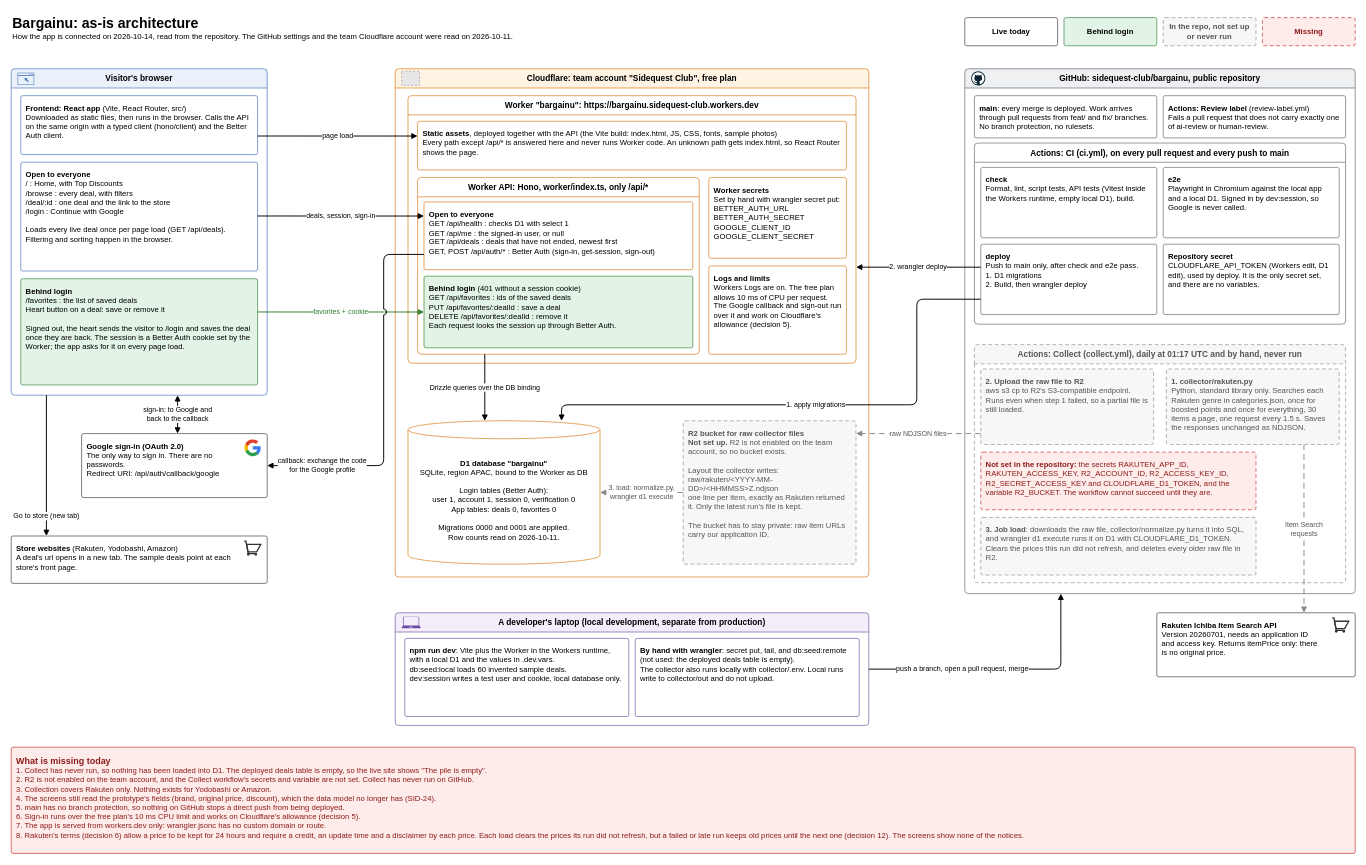
sidequest-club/bargainu keeps this draw.io diagram as docs/architecture/as-is.drawio. Above is the earlier version. Source tidied: cells renumbered, new cells numbered last; positions are measured from the earlier drawing's top-left corner, leaving out a move shared by most shapes. Both pictures are drawn from the tidied source at 64%, with x=0, y=0 at pixel (11, 11). Pictures stored in the file or linked from it are replaced by grey dashed boxes.
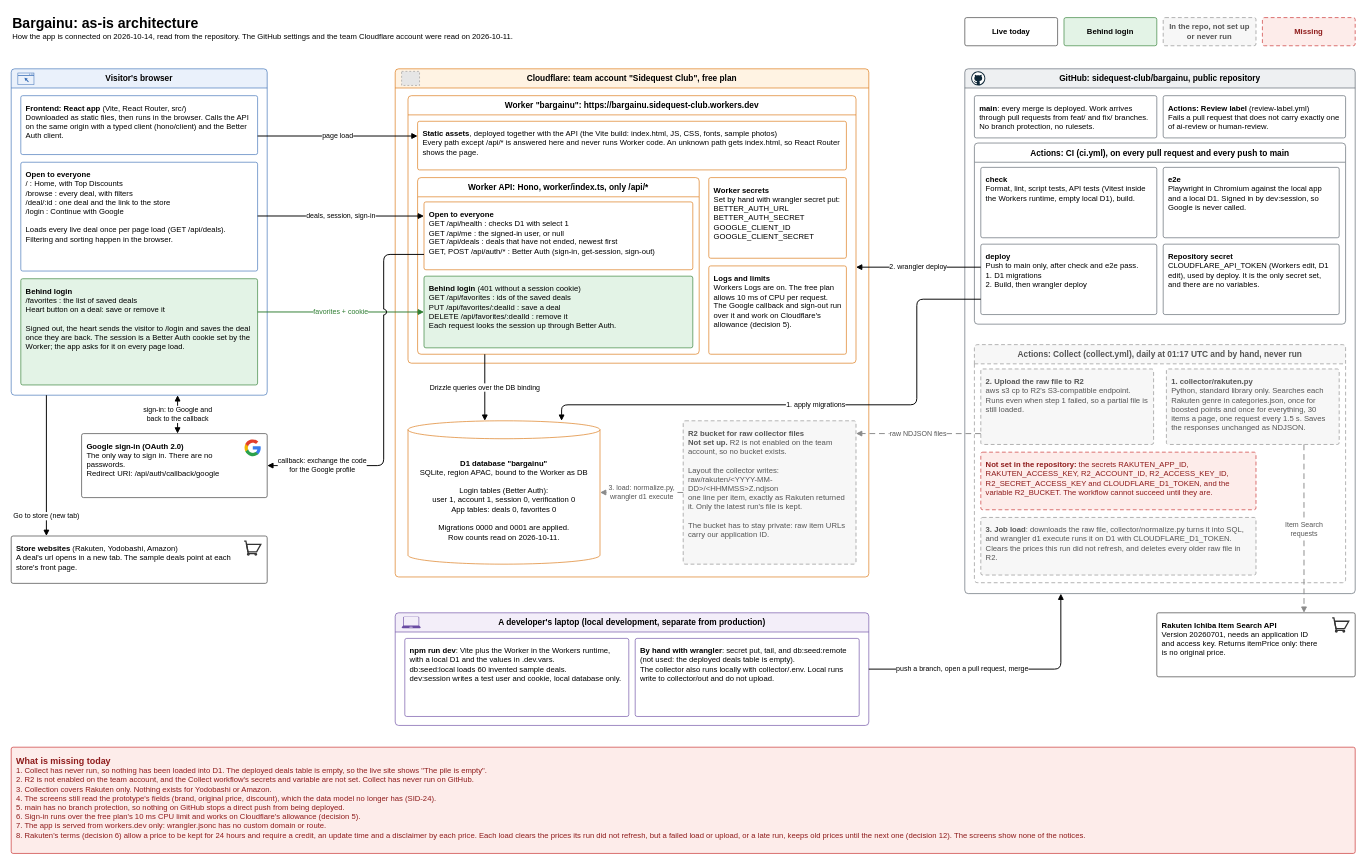
After the change.

Commit message (it also covers changes not shown here):
Keep collecting after a failed search, skip the load when the upload failed, and leave cleared prices alone

Change to the diagram source:
```diff
@@
-    <mxCell id="40" value="&lt;b style=&quot;font-size:14px&quot;&gt;What is missing today&lt;/b&gt;&lt;br&gt;1. Collect has never run, so nothing has been loaded into D1. The deployed deals table is empty, so the live site shows &quot;The pile is empty&quot;.&lt;br&gt;2. R2 is not enabled on the team account, and the Collect workflow's secrets and variable are not set. Collect has never run on GitHub.&lt;br&gt;3. Collection covers Rakuten only. Nothing exists for Yodobashi or Amazon.&lt;br&gt;4. The screens still read the prototype's fields (brand, original price, discount), which the data model no longer has (SID-24).&lt;br&gt;5. main has no branch protection, so nothing on GitHub stops a direct push from being deployed.&lt;br&gt;6. Sign-in runs over the free plan's 10 ms CPU limit and works on Cloudflare's allowance (decision 5).&lt;br&gt;7. The app is served from workers.dev only: wrangler.jsonc has no custom domain or route.&lt;br&gt;8. Rakuten's terms (decision 6) allow a price to be kept for 24 hours and require a credit, an update time and a disclaimer by each price. Each load clears the prices its run did not refresh, but a failed or late run keeps old prices until the next one (decision 12). The screens show none of the notices." style="rounded=1;arcSize=6;absoluteArcSize=1;fontFamily=Helvetica;fontSize=12;html=1;whiteSpace=wrap;align=left;verticalAlign=top;spacing=8;fillColor=#FDECEA;strokeColor=#C62828;fontColor=#8E1B1B;dashed=1;dashPattern=6 4;dashed=0;" parent="1" vertex="1">
+    <mxCell id="40" value="&lt;b style=&quot;font-size:14px&quot;&gt;What is missing today&lt;/b&gt;&lt;br&gt;1. Collect has never run, so nothing has been loaded into D1. The deployed deals table is empty, so the live site shows &quot;The pile is empty&quot;.&lt;br&gt;2. R2 is not enabled on the team account, and the Collect workflow's secrets and variable are not set. Collect has never run on GitHub.&lt;br&gt;3. Collection covers Rakuten only. Nothing exists for Yodobashi or Amazon.&lt;br&gt;4. The screens still read the prototype's fields (brand, original price, discount), which the data model no longer has (SID-24).&lt;br&gt;5. main has no branch protection, so nothing on GitHub stops a direct push from being deployed.&lt;br&gt;6. Sign-in runs over the free plan's 10 ms CPU limit and works on Cloudflare's allowance (decision 5).&lt;br&gt;7. The app is served from workers.dev only: wrangler.jsonc has no custom domain or route.&lt;br&gt;8. Rakuten's terms (decision 6) allow a price to be kept for 24 hours and require a credit, an update time and a disclaimer by each price. Each load clears the prices its run did not refresh, but a failed load or upload, or a late run, keeps old prices until the next one (decision 12). The screens show none of the notices." style="rounded=1;arcSize=6;absoluteArcSize=1;fontFamily=Helvetica;fontSize=12;html=1;whiteSpace=wrap;align=left;verticalAlign=top;spacing=8;fillColor=#FDECEA;strokeColor=#C62828;fontColor=#8E1B1B;dashed=1;dashPattern=6 4;dashed=0;" parent="1" vertex="1">
       <mxGeometry y="1150" width="2100" height="166" as="geometry" />
     </mxCell>
```
